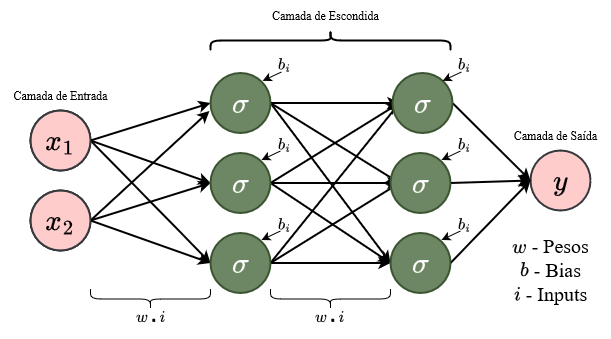
Guilhos/UFBA keeps this draw.io diagram as RNA Diagrama.drawio.png. Above is the earlier version. Source tidied: cells renumbered, new cells last; positions are measured from the earlier drawing's top-left corner, leaving out a move shared by most shapes. Its diagram source:
```xml
<mxGraphModel math="1">
  <root>
    <mxCell id="0" />
    <mxCell id="1" parent="0" />
    <mxCell id="2" style="rounded=0;jettySize=auto;html=1;exitX=1;exitY=0.5;exitDx=0;exitDy=0;entryX=0;entryY=0.5;entryDx=0;entryDy=0;strokeWidth=2;labelBackgroundColor=none;fontFamily=Times New Roman;" parent="1" edge="1" source="6" target="13">
      <mxGeometry relative="1" as="geometry" />
    </mxCell>
    <mxCell id="3" value="$$w\centerdot i$$" style="edgeLabel;html=1;align=center;verticalAlign=middle;rotation=0;labelBackgroundColor=none;fontSize=14;" parent="2" vertex="1">
      <mxGeometry x="-0.14" y="1" relative="1" as="geometry">
        <mxPoint x="9" y="193" as="offset" />
      </mxGeometry>
    </mxCell>
    <mxCell id="4" style="rounded=0;jettySize=auto;html=1;exitX=1;exitY=0.5;exitDx=0;exitDy=0;entryX=0;entryY=0.5;entryDx=0;entryDy=0;strokeWidth=2;labelBackgroundColor=none;fontFamily=Times New Roman;" parent="1" edge="1" source="6" target="17">
      <mxGeometry relative="1" as="geometry" />
    </mxCell>
    <mxCell id="5" style="rounded=0;jettySize=auto;html=1;exitX=1;exitY=0.5;exitDx=0;exitDy=0;entryX=0;entryY=0.5;entryDx=0;entryDy=0;strokeWidth=2;labelBackgroundColor=none;fontFamily=Times New Roman;" parent="1" edge="1" source="6" target="23">
      <mxGeometry relative="1" as="geometry" />
    </mxCell>
    <mxCell id="6" value="$$x_1$$" style="ellipse;whiteSpace=wrap;html=1;fontSize=25;strokeWidth=2;labelBackgroundColor=none;" parent="1" vertex="1">
      <mxGeometry x="30" y="190" width="60" height="60" as="geometry" />
    </mxCell>
    <mxCell id="7" style="rounded=0;jettySize=auto;html=1;exitX=1;exitY=0.5;exitDx=0;exitDy=0;entryX=0;entryY=0.5;entryDx=0;entryDy=0;strokeWidth=2;labelBackgroundColor=none;fontFamily=Times New Roman;" parent="1" edge="1" source="9" target="17">
      <mxGeometry relative="1" as="geometry" />
    </mxCell>
    <mxCell id="8" style="rounded=0;jettySize=auto;html=1;exitX=1;exitY=0.5;exitDx=0;exitDy=0;entryX=0;entryY=0.5;entryDx=0;entryDy=0;strokeWidth=2;labelBackgroundColor=none;fontFamily=Times New Roman;" parent="1" edge="1" source="9" target="23">
      <mxGeometry relative="1" as="geometry" />
    </mxCell>
    <mxCell id="9" value="&lt;font style=&quot;font-size: 25px;&quot;&gt;$$x_2$$&lt;/font&gt;" style="ellipse;whiteSpace=wrap;html=1;strokeWidth=2;labelBackgroundColor=none;" parent="1" vertex="1">
      <mxGeometry x="30" y="270" width="60" height="60" as="geometry" />
    </mxCell>
    <mxCell id="10" style="rounded=0;jettySize=auto;html=1;exitX=1;exitY=0.5;exitDx=0;exitDy=0;entryX=0;entryY=0.5;entryDx=0;entryDy=0;strokeWidth=2;labelBackgroundColor=none;" parent="1" edge="1" source="13">
      <mxGeometry relative="1" as="geometry">
        <mxPoint x="399" y="182.5" as="targetPoint" />
      </mxGeometry>
    </mxCell>
    <mxCell id="11" style="rounded=0;jettySize=auto;html=1;exitX=1;exitY=0.5;exitDx=0;exitDy=0;entryX=0;entryY=0.5;entryDx=0;entryDy=0;strokeWidth=2;labelBackgroundColor=none;" parent="1" edge="1" source="13">
      <mxGeometry relative="1" as="geometry">
        <mxPoint x="399" y="262.5" as="targetPoint" />
      </mxGeometry>
    </mxCell>
    <mxCell id="12" style="rounded=0;jettySize=auto;html=1;exitX=1;exitY=0.5;exitDx=0;exitDy=0;entryX=0;entryY=0.5;entryDx=0;entryDy=0;strokeWidth=2;labelBackgroundColor=none;" parent="1" edge="1" source="13" target="25">
      <mxGeometry relative="1" as="geometry" />
    </mxCell>
    <mxCell id="13" value="&lt;font style=&quot;font-size: 25px;&quot;&gt;$$\sigma$$&lt;/font&gt;" style="ellipse;whiteSpace=wrap;html=1;fontSize=32;strokeWidth=2;fillColor=#6d8764;fontColor=#ffffff;strokeColor=#3A5431;labelBackgroundColor=none;" parent="1" vertex="1">
      <mxGeometry x="210" y="152.5" width="60" height="60" as="geometry" />
    </mxCell>
    <mxCell id="14" style="rounded=0;jettySize=auto;html=1;exitX=1;exitY=0.5;exitDx=0;exitDy=0;entryX=0;entryY=0.5;entryDx=0;entryDy=0;strokeWidth=2;labelBackgroundColor=none;" parent="1" edge="1" source="17">
      <mxGeometry relative="1" as="geometry">
        <mxPoint x="399" y="182.5" as="targetPoint" />
      </mxGeometry>
    </mxCell>
    <mxCell id="15" style="rounded=0;jettySize=auto;html=1;exitX=1;exitY=0.5;exitDx=0;exitDy=0;entryX=0;entryY=0.5;entryDx=0;entryDy=0;strokeWidth=2;labelBackgroundColor=none;" parent="1" edge="1" source="17">
      <mxGeometry relative="1" as="geometry">
        <mxPoint x="399" y="262.5" as="targetPoint" />
      </mxGeometry>
    </mxCell>
    <mxCell id="16" style="rounded=0;jettySize=auto;html=1;exitX=1;exitY=0.5;exitDx=0;exitDy=0;entryX=0;entryY=0.5;entryDx=0;entryDy=0;strokeWidth=2;labelBackgroundColor=none;" parent="1" edge="1" source="17" target="25">
      <mxGeometry relative="1" as="geometry" />
    </mxCell>
    <mxCell id="17" value="$$\sigma$$" style="ellipse;whiteSpace=wrap;html=1;fontSize=25;strokeWidth=2;fillColor=#6d8764;fontColor=#ffffff;strokeColor=#3A5431;labelBackgroundColor=none;" parent="1" vertex="1">
      <mxGeometry x="210" y="232.5" width="60" height="60" as="geometry" />
    </mxCell>
    <mxCell id="18" style="rounded=0;jettySize=auto;html=1;exitX=1;exitY=0.5;exitDx=0;exitDy=0;entryX=-0.017;entryY=0.633;entryDx=0;entryDy=0;entryPerimeter=0;strokeWidth=2;labelBackgroundColor=none;fontFamily=Times New Roman;" parent="1" edge="1" source="9" target="13">
      <mxGeometry relative="1" as="geometry" />
    </mxCell>
    <mxCell id="19" style="rounded=0;jettySize=auto;html=1;exitX=1;exitY=0.5;exitDx=0;exitDy=0;entryX=0;entryY=0.5;entryDx=0;entryDy=0;strokeWidth=2;labelBackgroundColor=none;" parent="1" edge="1" source="23" target="25">
      <mxGeometry relative="1" as="geometry" />
    </mxCell>
    <mxCell id="20" style="rounded=0;jettySize=auto;html=1;exitX=1;exitY=0.5;exitDx=0;exitDy=0;entryX=0;entryY=0.5;entryDx=0;entryDy=0;strokeWidth=2;labelBackgroundColor=none;" parent="1" edge="1" source="23">
      <mxGeometry relative="1" as="geometry">
        <mxPoint x="399" y="262.5" as="targetPoint" />
      </mxGeometry>
    </mxCell>
    <mxCell id="21" style="rounded=0;jettySize=auto;html=1;exitX=1;exitY=0.5;exitDx=0;exitDy=0;entryX=0;entryY=0.5;entryDx=0;entryDy=0;strokeWidth=2;labelBackgroundColor=none;" parent="1" edge="1" source="23">
      <mxGeometry relative="1" as="geometry">
        <mxPoint x="399" y="182.5" as="targetPoint" />
      </mxGeometry>
    </mxCell>
    <mxCell id="22" value="$$y$$" style="ellipse;whiteSpace=wrap;html=1;fontSize=25;strokeWidth=2;fillColor=#ffcccc;strokeColor=#36393d;labelBackgroundColor=none;" parent="1" vertex="1">
      <mxGeometry x="530" y="230" width="60" height="60" as="geometry" />
    </mxCell>
    <mxCell id="23" value="$$\sigma$$" style="ellipse;whiteSpace=wrap;html=1;fontSize=25;strokeWidth=2;fillColor=#6d8764;fontColor=#ffffff;strokeColor=#3A5431;labelBackgroundColor=none;" parent="1" vertex="1">
      <mxGeometry x="210" y="312.5" width="60" height="60" as="geometry" />
    </mxCell>
    <mxCell id="24" style="rounded=0;jettySize=auto;html=1;exitX=1;exitY=0.5;exitDx=0;exitDy=0;entryX=0;entryY=0.5;entryDx=0;entryDy=0;strokeWidth=2;labelBackgroundColor=none;" parent="1" edge="1" source="25" target="22">
      <mxGeometry relative="1" as="geometry" />
    </mxCell>
    <mxCell id="25" value="$$\sigma$$" style="ellipse;whiteSpace=wrap;html=1;fontSize=25;strokeWidth=2;fillColor=#6d8764;fontColor=#ffffff;strokeColor=#3A5431;labelBackgroundColor=none;" parent="1" vertex="1">
      <mxGeometry x="390" y="312.5" width="60" height="60" as="geometry" />
    </mxCell>
    <mxCell id="26" style="rounded=0;jettySize=auto;html=1;exitX=1;exitY=0.5;exitDx=0;exitDy=0;entryX=0;entryY=0.5;entryDx=0;entryDy=0;strokeWidth=2;labelBackgroundColor=none;" parent="1" edge="1" source="27" target="22">
      <mxGeometry relative="1" as="geometry" />
    </mxCell>
    <mxCell id="27" value="$$\sigma$$" style="ellipse;whiteSpace=wrap;html=1;fontSize=25;strokeWidth=2;fillColor=#6d8764;fontColor=#ffffff;strokeColor=#3A5431;labelBackgroundColor=none;" parent="1" vertex="1">
      <mxGeometry x="390" y="232.5" width="60" height="60" as="geometry" />
    </mxCell>
    <mxCell id="28" style="rounded=0;jettySize=auto;html=1;exitX=1;exitY=0.5;exitDx=0;exitDy=0;entryX=0;entryY=0.5;entryDx=0;entryDy=0;strokeWidth=2;labelBackgroundColor=none;" parent="1" edge="1" source="29" target="22">
      <mxGeometry relative="1" as="geometry" />
    </mxCell>
    <mxCell id="29" value="$$\sigma$$" style="ellipse;whiteSpace=wrap;html=1;fontSize=25;strokeWidth=2;fillColor=#6d8764;fontColor=#ffffff;strokeColor=#3A5431;labelBackgroundColor=none;" parent="1" vertex="1">
      <mxGeometry x="392" y="152.5" width="60" height="60" as="geometry" />
    </mxCell>
    <mxCell id="30" value="$$x_1$$" style="ellipse;whiteSpace=wrap;html=1;fontSize=25;labelBackgroundColor=none;strokeWidth=2;fillColor=#ffcccc;strokeColor=#36393d;" parent="1" vertex="1">
      <mxGeometry x="30" y="190" width="60" height="60" as="geometry" />
    </mxCell>
    <mxCell id="31" value="&lt;font style=&quot;font-size: 25px;&quot;&gt;$$x_2$$&lt;/font&gt;" style="ellipse;whiteSpace=wrap;html=1;strokeWidth=2;fillColor=#ffcccc;strokeColor=#36393d;labelBackgroundColor=none;" parent="1" vertex="1">
      <mxGeometry x="30" y="270" width="60" height="60" as="geometry" />
    </mxCell>
    <mxCell id="32" value="&lt;font face=&quot;Times New Roman&quot;&gt;Camada de Entrada&lt;/font&gt;" style="text;html=1;align=center;verticalAlign=middle;strokeColor=none;fillColor=none;labelBackgroundColor=none;" parent="1" vertex="1">
      <mxGeometry y="160" width="120" height="30" as="geometry" />
    </mxCell>
    <mxCell id="33" style="shape=curlyBracket;whiteSpace=wrap;html=1;rounded=1;labelPosition=left;verticalLabelPosition=middle;align=right;verticalAlign=middle;rotation=90;strokeWidth=2;labelBackgroundColor=none;" parent="1" vertex="1">
      <mxGeometry x="320" width="20" height="240" as="geometry" />
    </mxCell>
    <mxCell id="34" value="&lt;font face=&quot;Times New Roman&quot;&gt;Camada de Escondida&lt;/font&gt;" style="text;html=1;align=center;verticalAlign=middle;strokeColor=none;fillColor=none;labelBackgroundColor=none;" parent="1" vertex="1">
      <mxGeometry x="260" y="80" width="130" height="30" as="geometry" />
    </mxCell>
    <mxCell id="35" value="&lt;font face=&quot;Times New Roman&quot;&gt;Camada de Saída&lt;br&gt;&lt;/font&gt;" style="text;html=1;align=center;verticalAlign=middle;strokeColor=none;fillColor=none;labelBackgroundColor=none;" parent="1" vertex="1">
      <mxGeometry x="500" y="200" width="110" height="30" as="geometry" />
    </mxCell>
    <mxCell id="36" style="endArrow=classic;html=1;rounded=0;strokeWidth=1;entryX=1;entryY=0;entryDx=0;entryDy=0;endFill=1;" parent="1" edge="1">
      <mxGeometry relative="1" as="geometry">
        <mxPoint x="281" y="151.5" as="sourcePoint" />
        <mxPoint x="262.2" y="160.3" as="targetPoint" />
      </mxGeometry>
    </mxCell>
    <mxCell id="37" value="$$b_i$$" style="edgeLabel;html=1;align=center;verticalAlign=middle;rotation=0;labelBackgroundColor=none;fontSize=14;" parent="1" vertex="1">
      <mxGeometry x="290" y="142.5" as="geometry">
        <mxPoint x="-6" y="1" as="offset" />
      </mxGeometry>
    </mxCell>
    <mxCell id="38" style="endArrow=classic;html=1;rounded=0;strokeWidth=1;entryX=1;entryY=0;entryDx=0;entryDy=0;endFill=1;" parent="1" edge="1">
      <mxGeometry relative="1" as="geometry">
        <mxPoint x="280" y="230.5" as="sourcePoint" />
        <mxPoint x="261" y="239.5" as="targetPoint" />
      </mxGeometry>
    </mxCell>
    <mxCell id="39" value="$$b_i$$" style="edgeLabel;html=1;align=center;verticalAlign=middle;rotation=0;labelBackgroundColor=none;fontSize=14;" parent="1" vertex="1">
      <mxGeometry x="290" y="222.5" as="geometry">
        <mxPoint x="-6" y="1" as="offset" />
      </mxGeometry>
    </mxCell>
    <mxCell id="40" style="endArrow=classic;html=1;rounded=0;strokeWidth=1;entryX=1;entryY=0;entryDx=0;entryDy=0;endFill=1;" parent="1" edge="1">
      <mxGeometry relative="1" as="geometry">
        <mxPoint x="280" y="310.5" as="sourcePoint" />
        <mxPoint x="261" y="319.5" as="targetPoint" />
      </mxGeometry>
    </mxCell>
    <mxCell id="41" value="$$b_i$$" style="edgeLabel;html=1;align=center;verticalAlign=middle;rotation=0;labelBackgroundColor=none;fontSize=14;" parent="1" vertex="1">
      <mxGeometry x="290" y="302.5" as="geometry">
        <mxPoint x="-6" y="1" as="offset" />
      </mxGeometry>
    </mxCell>
    <mxCell id="42" style="endArrow=classic;html=1;rounded=0;strokeWidth=1;entryX=1;entryY=0;entryDx=0;entryDy=0;endFill=1;" parent="1" edge="1">
      <mxGeometry relative="1" as="geometry">
        <mxPoint x="461" y="151.5" as="sourcePoint" />
        <mxPoint x="442.2" y="160.3" as="targetPoint" />
      </mxGeometry>
    </mxCell>
    <mxCell id="43" value="$$b_i$$" style="edgeLabel;html=1;align=center;verticalAlign=middle;rotation=0;labelBackgroundColor=none;fontSize=14;" parent="1" vertex="1">
      <mxGeometry x="470" y="142.5" as="geometry">
        <mxPoint x="-6" y="1" as="offset" />
      </mxGeometry>
    </mxCell>
    <mxCell id="44" style="endArrow=classic;html=1;rounded=0;strokeWidth=1;entryX=1;entryY=0;entryDx=0;entryDy=0;endFill=1;" parent="1" edge="1">
      <mxGeometry relative="1" as="geometry">
        <mxPoint x="460" y="230.5" as="sourcePoint" />
        <mxPoint x="441" y="239.5" as="targetPoint" />
      </mxGeometry>
    </mxCell>
    <mxCell id="45" value="$$b_i$$" style="edgeLabel;html=1;align=center;verticalAlign=middle;rotation=0;labelBackgroundColor=none;fontSize=14;" parent="1" vertex="1">
      <mxGeometry x="470" y="222.5" as="geometry">
        <mxPoint x="-6" y="1" as="offset" />
      </mxGeometry>
    </mxCell>
    <mxCell id="46" style="endArrow=classic;html=1;rounded=0;strokeWidth=1;entryX=1;entryY=0;entryDx=0;entryDy=0;endFill=1;" parent="1" edge="1">
      <mxGeometry relative="1" as="geometry">
        <mxPoint x="460" y="310.5" as="sourcePoint" />
        <mxPoint x="441" y="319.5" as="targetPoint" />
      </mxGeometry>
    </mxCell>
    <mxCell id="47" value="$$b_i$$" style="edgeLabel;html=1;align=center;verticalAlign=middle;rotation=0;labelBackgroundColor=none;fontSize=14;" parent="1" vertex="1">
      <mxGeometry x="470" y="302.5" as="geometry">
        <mxPoint x="-6" y="1" as="offset" />
      </mxGeometry>
    </mxCell>
    <mxCell id="48" value="$$w\centerdot i$$" style="edgeLabel;html=1;align=center;verticalAlign=middle;rotation=0;labelBackgroundColor=none;fontSize=14;" parent="1" vertex="1">
      <mxGeometry x="330" y="400" as="geometry">
        <mxPoint x="-1" y="-4" as="offset" />
      </mxGeometry>
    </mxCell>
    <mxCell id="49" style="shape=curlyBracket;whiteSpace=wrap;html=1;rounded=1;labelPosition=left;verticalLabelPosition=middle;align=right;verticalAlign=middle;rotation=-90;" parent="1" vertex="1">
      <mxGeometry x="140" y="318.5" width="20" height="120" as="geometry" />
    </mxCell>
    <mxCell id="50" style="shape=curlyBracket;whiteSpace=wrap;html=1;rounded=1;labelPosition=left;verticalLabelPosition=middle;align=right;verticalAlign=middle;rotation=-90;" parent="1" vertex="1">
      <mxGeometry x="320" y="318.5" width="20" height="120" as="geometry" />
    </mxCell>
    <mxCell id="51" value="&lt;font style=&quot;font-size: 20px;&quot; face=&quot;Times New Roman&quot;&gt;\(w\) - Pesos&lt;br style=&quot;font-size: 20px;&quot;&gt;\(b\) - Bias&lt;br&gt;\(i\) - Inputs&lt;br&gt;&lt;/font&gt;" style="text;html=1;align=center;verticalAlign=middle;strokeColor=none;fillColor=none;fontSize=20;" parent="1" vertex="1">
      <mxGeometry x="490" y="303.5" width="120" height="90" as="geometry" />
    </mxCell>
  </root>
</mxGraphModel>
```
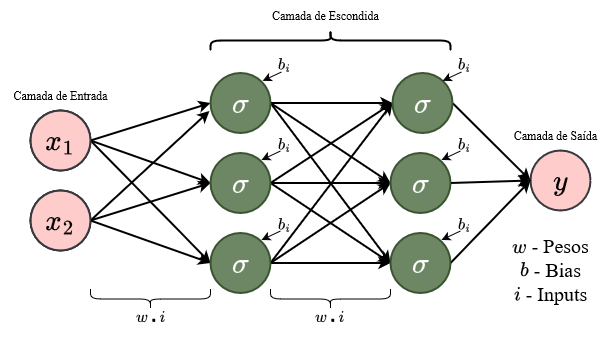
After the commit.

What changed in the source:
```diff
@@ -28,15 +28,11 @@
     <mxCell id="9" value="&lt;font style=&quot;font-size: 25px;&quot;&gt;$$x_2$$&lt;/font&gt;" style="ellipse;whiteSpace=wrap;html=1;strokeWidth=2;labelBackgroundColor=none;" parent="1" vertex="1">
       <mxGeometry x="30" y="270" width="60" height="60" as="geometry" />
     </mxCell>
-    <mxCell id="10" style="rounded=0;jettySize=auto;html=1;exitX=1;exitY=0.5;exitDx=0;exitDy=0;entryX=0;entryY=0.5;entryDx=0;entryDy=0;strokeWidth=2;labelBackgroundColor=none;" parent="1" edge="1" source="13">
-      <mxGeometry relative="1" as="geometry">
-        <mxPoint x="399" y="182.5" as="targetPoint" />
-      </mxGeometry>
+    <mxCell id="10" style="rounded=0;jettySize=auto;html=1;exitX=1;exitY=0.5;exitDx=0;exitDy=0;entryX=0;entryY=0.5;entryDx=0;entryDy=0;strokeWidth=2;labelBackgroundColor=none;" parent="1" edge="1" source="13" target="29">
+      <mxGeometry relative="1" as="geometry" />
     </mxCell>
-    <mxCell id="11" style="rounded=0;jettySize=auto;html=1;exitX=1;exitY=0.5;exitDx=0;exitDy=0;entryX=0;entryY=0.5;entryDx=0;entryDy=0;strokeWidth=2;labelBackgroundColor=none;" parent="1" edge="1" source="13">
-      <mxGeometry relative="1" as="geometry">
-        <mxPoint x="399" y="262.5" as="targetPoint" />
-      </mxGeometry>
+    <mxCell id="11" style="rounded=0;jettySize=auto;html=1;exitX=1;exitY=0.5;exitDx=0;exitDy=0;entryX=0;entryY=0.5;entryDx=0;entryDy=0;strokeWidth=2;labelBackgroundColor=none;" parent="1" edge="1" source="13" target="27">
+      <mxGeometry relative="1" as="geometry" />
     </mxCell>
     <mxCell id="12" style="rounded=0;jettySize=auto;html=1;exitX=1;exitY=0.5;exitDx=0;exitDy=0;entryX=0;entryY=0.5;entryDx=0;entryDy=0;strokeWidth=2;labelBackgroundColor=none;" parent="1" edge="1" source="13" target="25">
       <mxGeometry relative="1" as="geometry" />
@@ -44,15 +40,11 @@
     <mxCell id="13" value="&lt;font style=&quot;font-size: 25px;&quot;&gt;$$\sigma$$&lt;/font&gt;" style="ellipse;whiteSpace=wrap;html=1;fontSize=32;strokeWidth=2;fillColor=#6d8764;fontColor=#ffffff;strokeColor=#3A5431;labelBackgroundColor=none;" parent="1" vertex="1">
       <mxGeometry x="210" y="152.5" width="60" height="60" as="geometry" />
     </mxCell>
-    <mxCell id="14" style="rounded=0;jettySize=auto;html=1;exitX=1;exitY=0.5;exitDx=0;exitDy=0;entryX=0;entryY=0.5;entryDx=0;entryDy=0;strokeWidth=2;labelBackgroundColor=none;" parent="1" edge="1" source="17">
-      <mxGeometry relative="1" as="geometry">
-        <mxPoint x="399" y="182.5" as="targetPoint" />
-      </mxGeometry>
+    <mxCell id="14" style="rounded=0;jettySize=auto;html=1;exitX=1;exitY=0.5;exitDx=0;exitDy=0;entryX=0;entryY=0.5;entryDx=0;entryDy=0;strokeWidth=2;labelBackgroundColor=none;" parent="1" edge="1" source="17" target="29">
+      <mxGeometry relative="1" as="geometry" />
     </mxCell>
-    <mxCell id="15" style="rounded=0;jettySize=auto;html=1;exitX=1;exitY=0.5;exitDx=0;exitDy=0;entryX=0;entryY=0.5;entryDx=0;entryDy=0;strokeWidth=2;labelBackgroundColor=none;" parent="1" edge="1" source="17">
-      <mxGeometry relative="1" as="geometry">
-        <mxPoint x="399" y="262.5" as="targetPoint" />
-      </mxGeometry>
+    <mxCell id="15" style="rounded=0;jettySize=auto;html=1;exitX=1;exitY=0.5;exitDx=0;exitDy=0;entryX=0;entryY=0.5;entryDx=0;entryDy=0;strokeWidth=2;labelBackgroundColor=none;" parent="1" edge="1" source="17" target="27">
+      <mxGeometry relative="1" as="geometry" />
     </mxCell>
     <mxCell id="16" style="rounded=0;jettySize=auto;html=1;exitX=1;exitY=0.5;exitDx=0;exitDy=0;entryX=0;entryY=0.5;entryDx=0;entryDy=0;strokeWidth=2;labelBackgroundColor=none;" parent="1" edge="1" source="17" target="25">
       <mxGeometry relative="1" as="geometry" />
@@ -66,15 +58,11 @@
     <mxCell id="19" style="rounded=0;jettySize=auto;html=1;exitX=1;exitY=0.5;exitDx=0;exitDy=0;entryX=0;entryY=0.5;entryDx=0;entryDy=0;strokeWidth=2;labelBackgroundColor=none;" parent="1" edge="1" source="23" target="25">
       <mxGeometry relative="1" as="geometry" />
     </mxCell>
-    <mxCell id="20" style="rounded=0;jettySize=auto;html=1;exitX=1;exitY=0.5;exitDx=0;exitDy=0;entryX=0;entryY=0.5;entryDx=0;entryDy=0;strokeWidth=2;labelBackgroundColor=none;" parent="1" edge="1" source="23">
-      <mxGeometry relative="1" as="geometry">
-        <mxPoint x="399" y="262.5" as="targetPoint" />
-      </mxGeometry>
+    <mxCell id="20" style="rounded=0;jettySize=auto;html=1;exitX=1;exitY=0.5;exitDx=0;exitDy=0;entryX=0;entryY=0.5;entryDx=0;entryDy=0;strokeWidth=2;labelBackgroundColor=none;" parent="1" edge="1" source="23" target="27">
+      <mxGeometry relative="1" as="geometry" />
     </mxCell>
-    <mxCell id="21" style="rounded=0;jettySize=auto;html=1;exitX=1;exitY=0.5;exitDx=0;exitDy=0;entryX=0;entryY=0.5;entryDx=0;entryDy=0;strokeWidth=2;labelBackgroundColor=none;" parent="1" edge="1" source="23">
-      <mxGeometry relative="1" as="geometry">
-        <mxPoint x="399" y="182.5" as="targetPoint" />
-      </mxGeometry>
+    <mxCell id="21" style="rounded=0;jettySize=auto;html=1;exitX=1;exitY=0.5;exitDx=0;exitDy=0;entryX=0;entryY=0.5;entryDx=0;entryDy=0;strokeWidth=2;labelBackgroundColor=none;" parent="1" edge="1" source="23" target="29">
+      <mxGeometry relative="1" as="geometry" />
     </mxCell>
     <mxCell id="22" value="$$y$$" style="ellipse;whiteSpace=wrap;html=1;fontSize=25;strokeWidth=2;fillColor=#ffcccc;strokeColor=#36393d;labelBackgroundColor=none;" parent="1" vertex="1">
       <mxGeometry x="530" y="230" width="60" height="60" as="geometry" />
```
